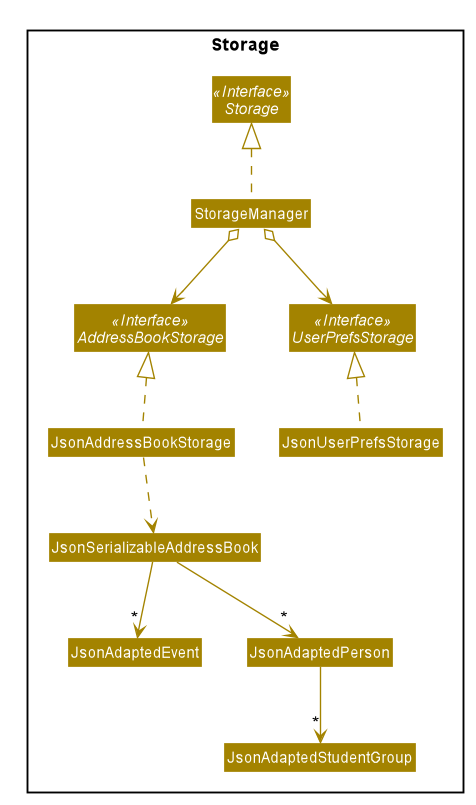
Before: docs/images/StorageClassDiagram.png, a diagram exported from PlantUML (yanchenglee98/tp).
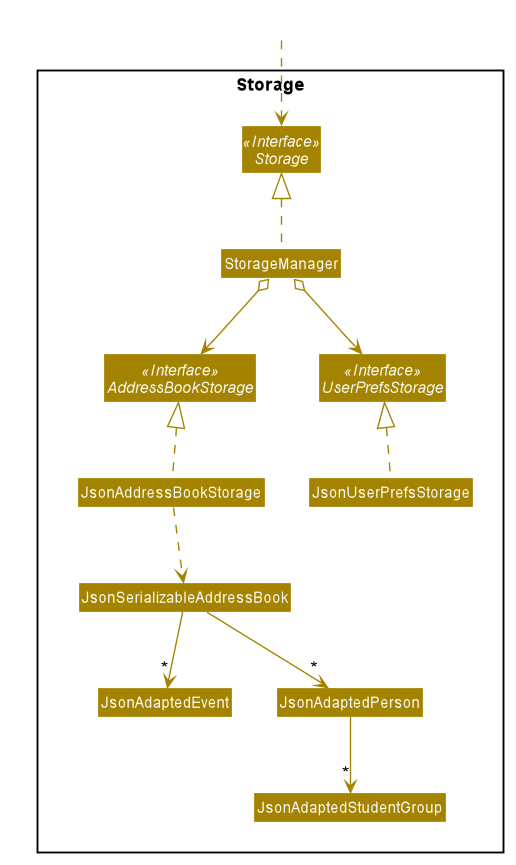
Above is the later version.

Commit message:
DG: fix storage slightly

What changed in the source:
```diff
@@ -51,6 +51,9 @@
 skinparam arrowColor #A38300
 skinparam classBackgroundColor #A38300
 
+Class HiddenOutside #FFFFFF
+HiddenOutside ..> Storage
+
 Package Storage <<Rectangle>> {
 Interface Storage <<Interface>>
 Interface UserPrefsStorage <<Interface>>
@@ -59,6 +62,8 @@
 Class StorageManager
 Class JsonUserPrefsStorage
 Class JsonAddressBookStorage
+
+
 
 StorageManager .up.|> Storage
 StorageManager o-down-> UserPrefsStorage
```
